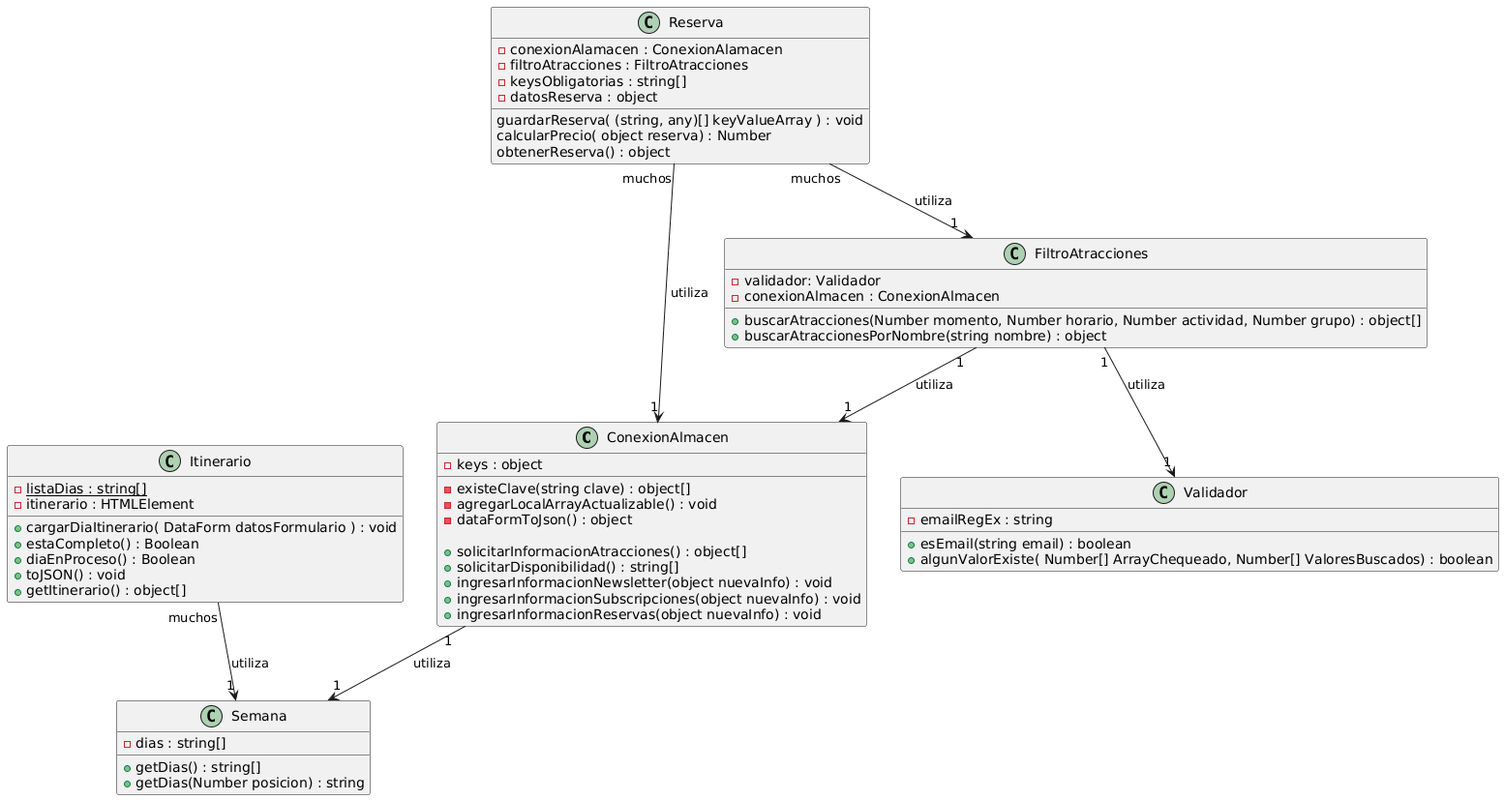
Before: docs/04-diagramas/02-diagramas-de-clase/diagrama-clases.png, a diagram exported from PlantUML (Thallys8/turismo-buenos-aires). Its source is kept beside it as docs/04-diagramas/02-diagramas-de-clase/diagrama-clases.puml. The source it was exported from:
```plantuml
@startuml
class ConexionAlmacen {
    {field} -keys : object

    {method} -existeClave(string clave) : object[]
    {method} -agregarLocalArrayActualizable() : void
    {method} -dataFormToJson() : object

    {method} +solicitarInformacionAtracciones() : object[]
    {method} +solicitarDisponibilidad() : string[]
    {method} +ingresarInformacionNewsletter(object nuevaInfo) : void
    {method} +ingresarInformacionSubscripciones(object nuevaInfo) : void
    {method} +ingresarInformacionReservas(object nuevaInfo) : void
}

class FiltroAtracciones {
    {field} -validador: Validador
    {field} -conexionAlmacen : ConexionAlmacen

    {method} +buscarAtracciones(Number momento, Number horario, Number actividad, Number grupo) : object[]
    {method} +buscarAtraccionesPorNombre(string nombre) : object
}
class Validador {
    {field} -emailRegEx : string

    {method} +esEmail(string email) : boolean
    {method} +algunValorExiste( Number[] ArrayChequeado, Number[] ValoresBuscados) : boolean
}

class Itinerario{
    {static} -listaDias : string[]
    {field} -itinerario : HTMLElement

    {method} +cargarDiaItinerario( DataForm datosFormulario ) : void
    {method} +estaCompleto() : Boolean
    {method} +diaEnProceso() : Boolean
    {method} +toJSON() : void
    {method} +getItinerario() : object[]
}

class Reserva {
    {field} -conexionAlamacen : ConexionAlamacen
    {field} -filtroAtracciones : FiltroAtracciones
    {field} -keysObligatorias : string[]
    {field} -datosReserva : object

    {method} guardarReserva( (string, any)[] keyValueArray ) : void
    {method} calcularPrecio( object reserva) : Number
    {method} obtenerReserva() : object
}

class Semana {
    {field} -dias : string[]

    {method} +getDias() : string[]
    {method} +getDias(Number posicion) : string

}

Reserva "muchos" --> "1" ConexionAlmacen : utiliza
Reserva "muchos" --> "1" FiltroAtracciones : utiliza

FiltroAtracciones "1" --> "1" Validador : utiliza
FiltroAtracciones "1" --> "1" ConexionAlmacen : utiliza

Itinerario "muchos" --> "1" Semana : utiliza
ConexionAlmacen "1" --> "1" Semana : utiliza
@enduml
```
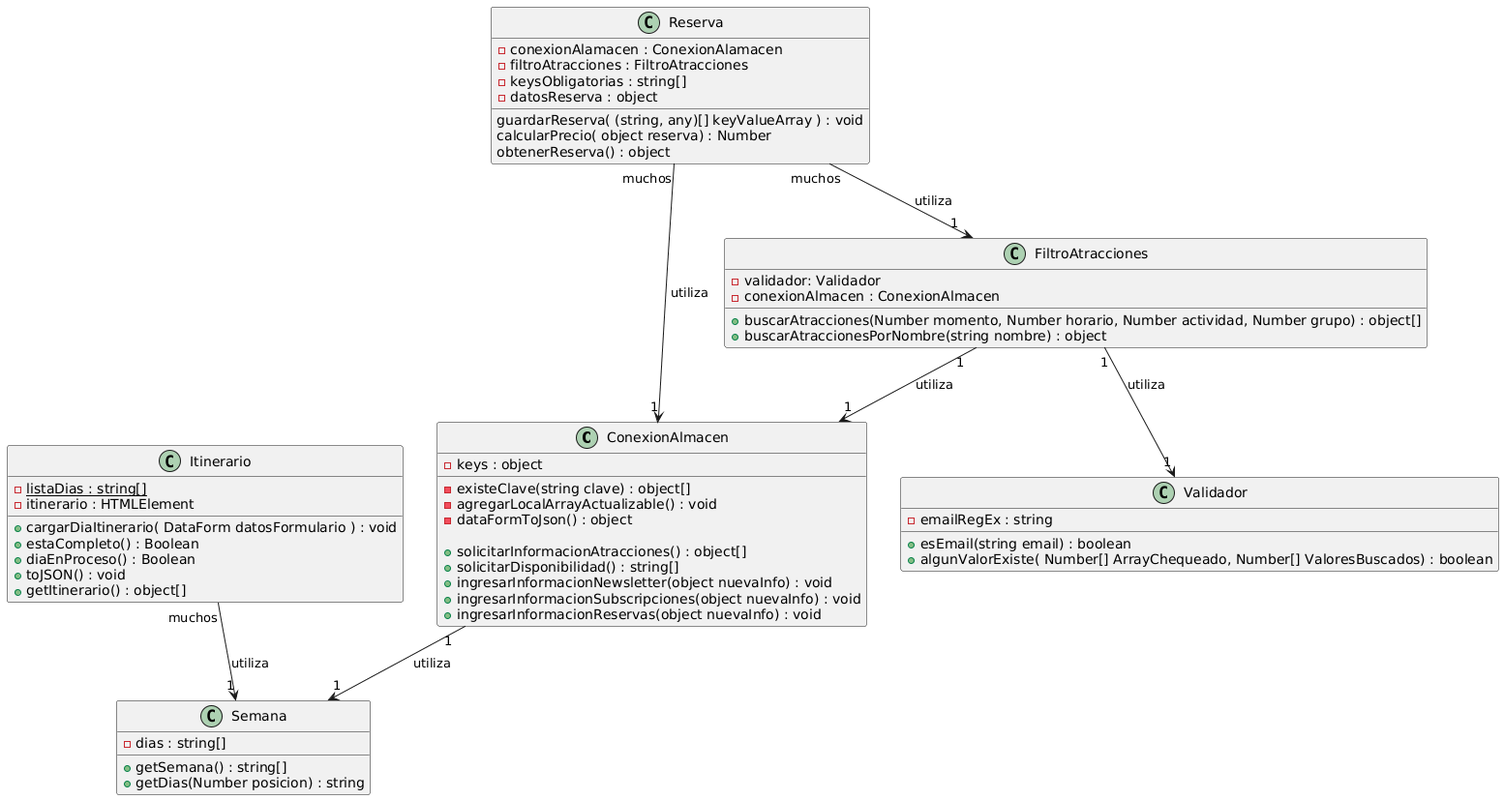
The same diagram one commit later.

What changed in the source:
```diff
@@ -52,7 +52,7 @@
 class Semana {
     {field} -dias : string[]
 
-    {method} +getDias() : string[]
+    {method} +getSemana() : string[]
     {method} +getDias(Number posicion) : string
 
 }
```
